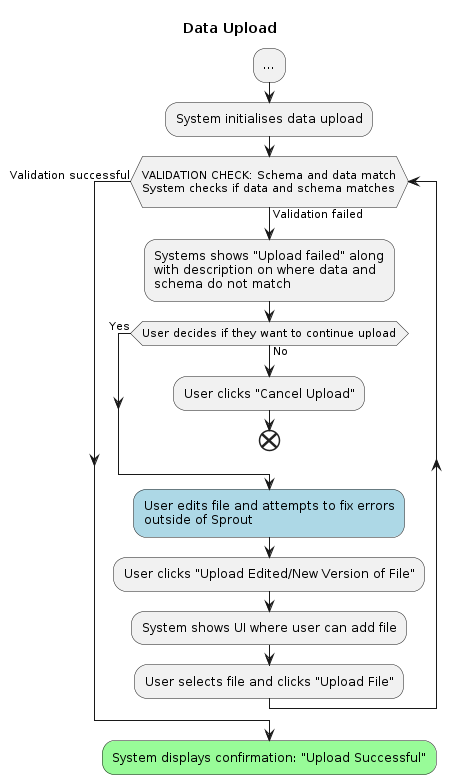
Above: docs/design/images/user-flow-data-upload.png in signekb/seedcase-sprout (PlantUML), before the change.
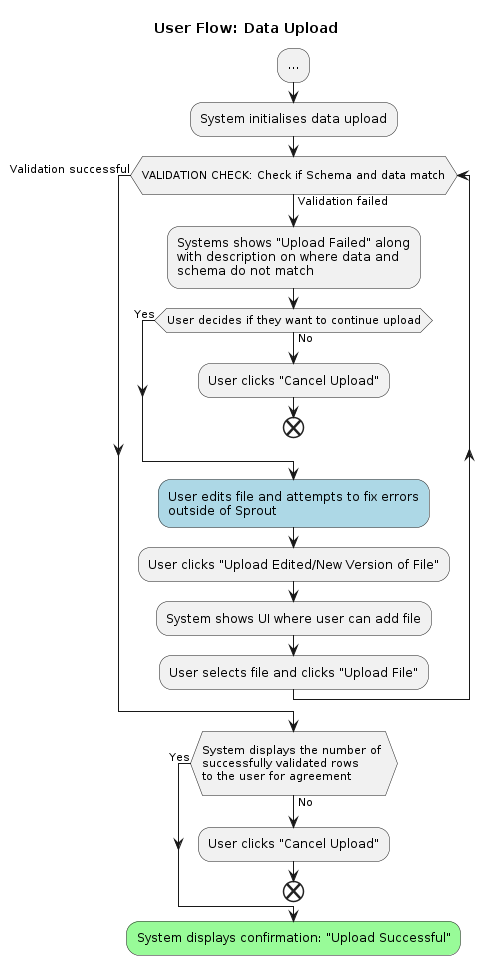
Later version of the same file.

What changed in the source:
```diff
@@ -1,11 +1,11 @@
 @startuml user-flow-data-upload
 
-title Data Upload
+title User Flow: Data Upload
 
 :...;
 :System initialises data upload;
-while (\nVALIDATION CHECK: Schema and data match\nSystem checks if data and schema matches\n) is (Validation failed)
-:Systems shows "Upload failed" along\nwith description on where data and\nschema do not match;
+while (\nVALIDATION CHECK: Check if Schema and data match\n) is (Validation failed)
+:Systems shows "Upload Failed" along\nwith description on where data and\nschema do not match;
     while (User decides if they want to continue upload) is (No)
         :User clicks "Cancel Upload";
         end
@@ -16,6 +16,10 @@
     :User selects file and clicks "Upload File";
 
 end while (Validation successful);
+while (\nSystem displays the number of \nsuccessfully validated rows \nto the user for agreement\n) is (No)
+:User clicks "Cancel Upload";
+end
+end while (Yes);
 #palegreen:System displays confirmation: "Upload Successful";
 
 @enduml
```
